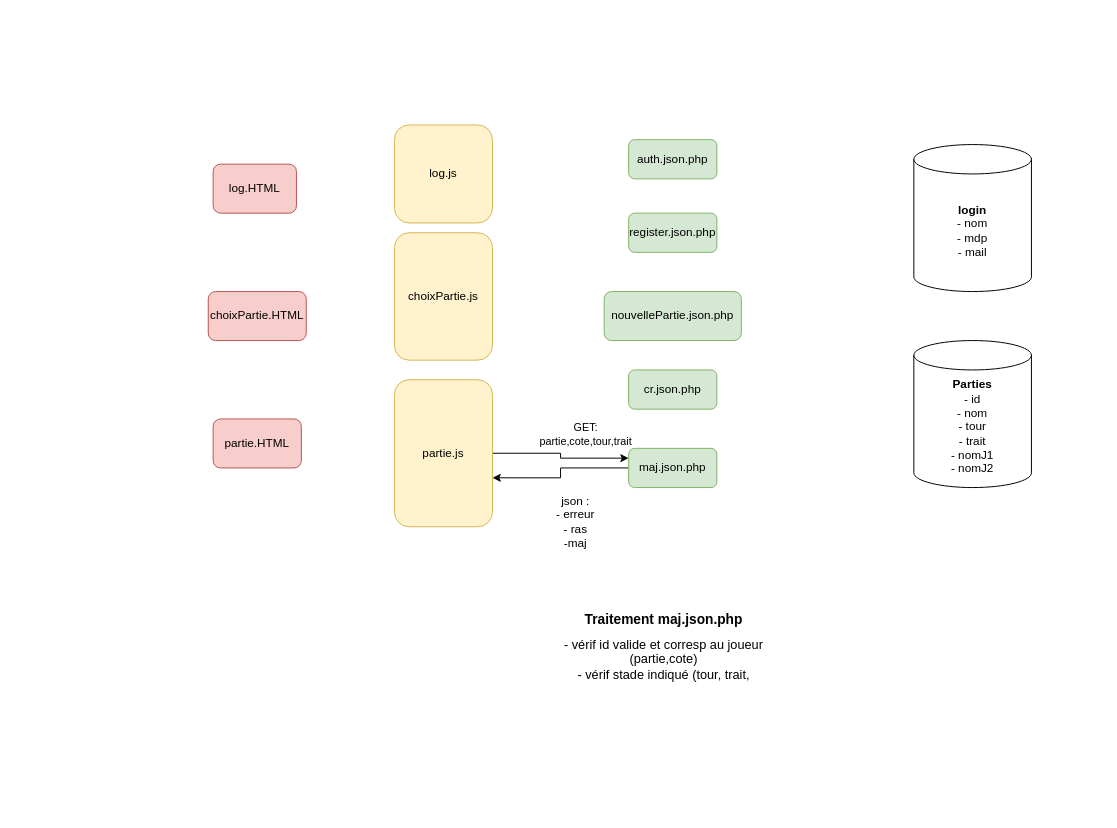
This is Untitled Diagram.drawio from Maximory77/projet-web-mapping-echecs, a draw.io file, before an edit. Source tidied: cells renumbered, new cells numbered last; positions are measured from the earlier drawing's top-left corner, leaving out a move shared by most shapes. Both pictures are drawn from the tidied source at 98%, with x=0, y=0 at pixel (208, 124).
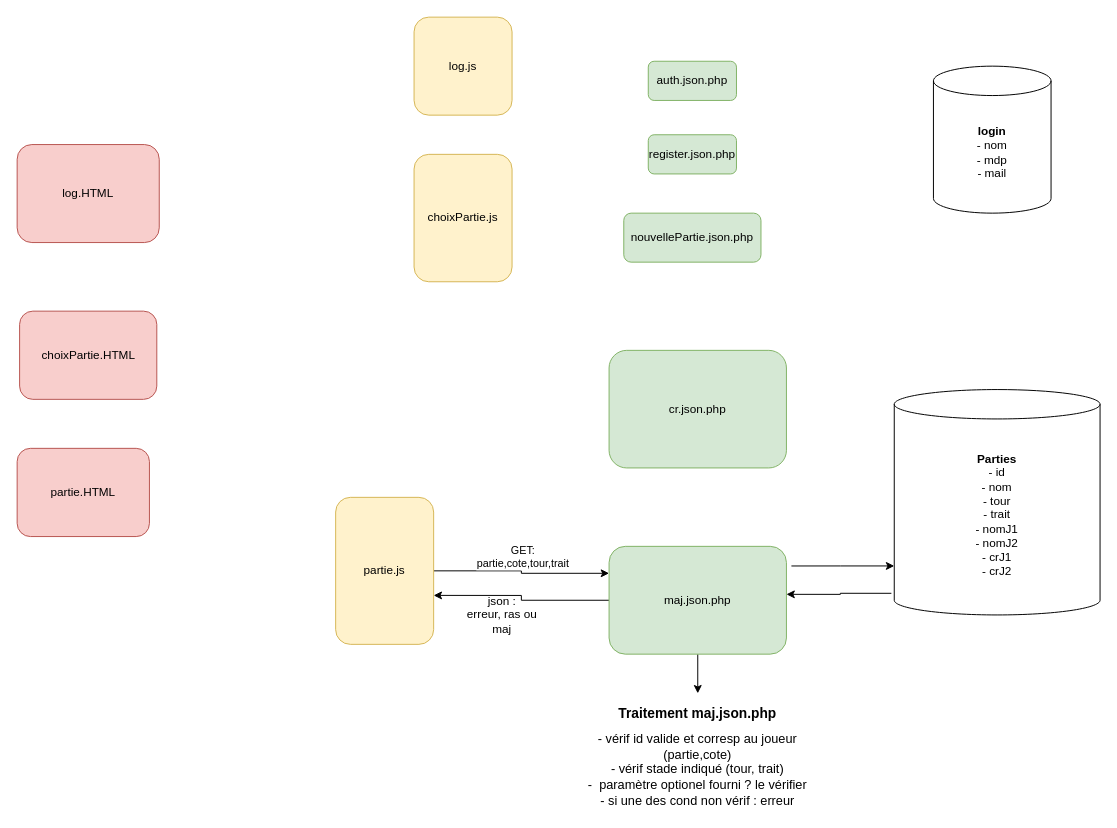
After the change.

The change refers to these unchanged cells:
```xml
<mxCell id="15" style="edgeStyle=orthogonalEdgeStyle;rounded=0;jettySize=auto;html=1;entryX=0;entryY=0.25;entryDx=0;entryDy=0;exitX=1;exitY=0.5;exitDx=0;exitDy=0;" parent="1" edge="1" source="17" target="9">
  <mxGeometry relative="1" as="geometry" />
</mxCell>
```

What changed in the source:
```diff
@@
     <mxCell id="2" value="&lt;div&gt;&lt;b&gt;login&lt;/b&gt;&lt;/div&gt;&lt;div&gt;- nom&lt;/div&gt;&lt;div&gt;- mdp&lt;/div&gt;&lt;div&gt;- mail&lt;br&gt;&lt;/div&gt;" style="shape=cylinder3;whiteSpace=wrap;html=1;boundedLbl=1;backgroundOutline=1;size=15;" parent="1" vertex="1">
-      <mxGeometry x="720" y="20" width="120" height="150" as="geometry" />
+      <mxGeometry x="740" y="-60" width="120" height="150" as="geometry" />
     </mxCell>
     <mxCell id="3" value="log.HTML" style="rounded=1;whiteSpace=wrap;html=1;fillColor=#f8cecc;strokeColor=#b85450;" parent="1" vertex="1">
-      <mxGeometry x="5" y="40" width="85" height="50" as="geometry" />
+      <mxGeometry x="-195" y="20" width="145" height="100" as="geometry" />
     </mxCell>
     <mxCell id="4" value="choixPartie.HTML" style="rounded=1;whiteSpace=wrap;html=1;fillColor=#f8cecc;strokeColor=#b85450;" parent="1" vertex="1">
-      <mxGeometry y="170" width="100" height="50" as="geometry" />
+      <mxGeometry x="-192.5" y="190" width="140" height="90" as="geometry" />
     </mxCell>
     <mxCell id="5" value="&lt;div&gt;partie.HTML&lt;/div&gt;" style="rounded=1;whiteSpace=wrap;html=1;fillColor=#f8cecc;strokeColor=#b85450;" parent="1" vertex="1">
-      <mxGeometry x="5" y="300" width="90" height="50" as="geometry" />
+      <mxGeometry x="-195" y="330" width="135" height="90" as="geometry" />
     </mxCell>
+    <mxCell id="20" style="edgeStyle=orthogonalEdgeStyle;rounded=0;jettySize=auto;html=1;entryX=1;entryY=0.445;entryDx=0;entryDy=0;fontSize=14;exitX=-0.014;exitY=0.904;exitDx=0;exitDy=0;exitPerimeter=0;entryPerimeter=0;" parent="1" edge="1" source="6" target="9">
+      <mxGeometry relative="1" as="geometry" />
+    </mxCell>
-    <mxCell id="6" value="&lt;div&gt;&lt;b&gt;Parties&lt;/b&gt;&lt;/div&gt;&lt;div&gt;- id&lt;/div&gt;&lt;div&gt;- nom&lt;/div&gt;&lt;div&gt;- tour&lt;/div&gt;&lt;div&gt;- trait&lt;/div&gt;&lt;div&gt;- nomJ1&lt;br&gt;&lt;/div&gt;&lt;div&gt;- nomJ2&lt;br&gt;&lt;/div&gt;" style="shape=cylinder3;whiteSpace=wrap;html=1;boundedLbl=1;backgroundOutline=1;size=15;" parent="1" vertex="1">
-      <mxGeometry x="720" y="220" width="120" height="150" as="geometry" />
+    <mxCell id="6" value="&lt;div&gt;&lt;b&gt;Parties&lt;/b&gt;&lt;/div&gt;&lt;div&gt;- id&lt;/div&gt;&lt;div&gt;- nom&lt;/div&gt;&lt;div&gt;- tour&lt;/div&gt;&lt;div&gt;- trait&lt;/div&gt;&lt;div&gt;- nomJ1&lt;br&gt;&lt;/div&gt;&lt;div&gt;- nomJ2&lt;/div&gt;&lt;div&gt;- crJ1&lt;/div&gt;&lt;div&gt;- crJ2&lt;br&gt;&lt;/div&gt;" style="shape=cylinder3;whiteSpace=wrap;html=1;boundedLbl=1;backgroundOutline=1;size=15;" parent="1" vertex="1">
+      <mxGeometry x="700" y="270" width="210" height="230" as="geometry" />
     </mxCell>
     <mxCell id="7" value="auth.json.php" style="rounded=1;whiteSpace=wrap;html=1;fillColor=#d5e8d4;strokeColor=#82b366;" parent="1" vertex="1">
-      <mxGeometry x="429" y="15" width="90" height="40" as="geometry" />
+      <mxGeometry x="449" y="-65" width="90" height="40" as="geometry" />
     </mxCell>
@@
+    <mxCell id="21" style="edgeStyle=orthogonalEdgeStyle;rounded=0;jettySize=auto;html=1;fontSize=14;" parent="1" edge="1" source="9" target="19">
+      <mxGeometry relative="1" as="geometry" />
+    </mxCell>
+    <mxCell id="22" style="edgeStyle=orthogonalEdgeStyle;rounded=0;jettySize=auto;html=1;entryX=0;entryY=0.65;entryDx=0;entryDy=0;entryPerimeter=0;fontSize=14;exitX=1.028;exitY=0.182;exitDx=0;exitDy=0;exitPerimeter=0;" parent="1" edge="1" source="9">
+      <mxGeometry relative="1" as="geometry">
+        <mxPoint x="700" y="450" as="targetPoint" />
+      </mxGeometry>
+    </mxCell>
     <mxCell id="9" value="maj.json.php" style="rounded=1;whiteSpace=wrap;html=1;fillColor=#d5e8d4;strokeColor=#82b366;" parent="1" vertex="1">
-      <mxGeometry x="429" y="330" width="90" height="40" as="geometry" />
+      <mxGeometry x="409" y="430" width="181" height="110" as="geometry" />
     </mxCell>
     <mxCell id="10" value="cr.json.php" style="rounded=1;whiteSpace=wrap;html=1;fillColor=#d5e8d4;strokeColor=#82b366;" parent="1" vertex="1">
-      <mxGeometry x="429" y="250" width="90" height="40" as="geometry" />
+      <mxGeometry x="409" y="230" width="181" height="120" as="geometry" />
     </mxCell>
     <mxCell id="11" value="&lt;div&gt;nouvellePartie.json.php&lt;/div&gt;" style="rounded=1;whiteSpace=wrap;html=1;fillColor=#d5e8d4;strokeColor=#82b366;" parent="1" vertex="1">
-      <mxGeometry x="404" y="170" width="140" height="50" as="geometry" />
+      <mxGeometry x="424" y="90" width="140" height="50" as="geometry" />
     </mxCell>
     <mxCell id="12" value="register.json.php" style="rounded=1;whiteSpace=wrap;html=1;fillColor=#d5e8d4;strokeColor=#82b366;" parent="1" vertex="1">
-      <mxGeometry x="429" y="90" width="90" height="40" as="geometry" />
+      <mxGeometry x="449" y="10" width="90" height="40" as="geometry" />
     </mxCell>
     <mxCell id="13" value="&lt;div&gt;log.js&lt;/div&gt;" style="rounded=1;whiteSpace=wrap;html=1;fillColor=#fff2cc;strokeColor=#d6b656;" parent="1" vertex="1">
-      <mxGeometry x="190" width="100" height="100" as="geometry" />
+      <mxGeometry x="210" y="-110" width="100" height="100" as="geometry" />
     </mxCell>
     <mxCell id="14" value="choixPartie.js" style="rounded=1;whiteSpace=wrap;html=1;fillColor=#fff2cc;strokeColor=#d6b656;" parent="1" vertex="1">
-      <mxGeometry x="190" y="110" width="100" height="130" as="geometry" />
+      <mxGeometry x="210" y="30" width="100" height="130" as="geometry" />
     </mxCell>
@@
     <mxCell id="16" value="&lt;div&gt;GET:&lt;/div&gt;&lt;div&gt;partie,cote,tour,trait&lt;br&gt;&lt;/div&gt;" style="edgeLabel;html=1;align=center;verticalAlign=middle;" parent="15" vertex="1">
       <mxGeometry x="0.33" y="3" relative="1" as="geometry">
-        <mxPoint x="3" y="-22" as="offset" />
+        <mxPoint x="-28" y="-14" as="offset" />
       </mxGeometry>
     </mxCell>
     <mxCell id="17" value="partie.js" style="rounded=1;whiteSpace=wrap;html=1;fillColor=#fff2cc;strokeColor=#d6b656;" parent="1" vertex="1">
-      <mxGeometry x="190" y="260" width="100" height="150" as="geometry" />
+      <mxGeometry x="130" y="380" width="100" height="150" as="geometry" />
     </mxCell>
-    <mxCell id="18" value="&lt;div&gt;json :&lt;/div&gt;&lt;div&gt;- erreur&lt;/div&gt;&lt;div&gt;- ras&lt;/div&gt;&lt;div&gt;-maj&lt;br&gt;&lt;/div&gt;" style="text;html=1;strokeColor=none;fillColor=none;align=center;verticalAlign=middle;whiteSpace=wrap;rounded=0;" parent="1" vertex="1">
-      <mxGeometry x="345" y="390" width="60" height="30" as="geometry" />
+    <mxCell id="18" value="&lt;div&gt;json :&lt;/div&gt;&lt;div&gt;erreur, ras ou maj&lt;br&gt;&lt;/div&gt;" style="text;html=1;strokeColor=none;fillColor=none;align=center;verticalAlign=middle;whiteSpace=wrap;rounded=0;" parent="1" vertex="1">
+      <mxGeometry x="260" y="485" width="80" height="30" as="geometry" />
     </mxCell>
-    <mxCell id="19" value="&lt;h1 style=&quot;font-size: 14px&quot;&gt;&lt;font style=&quot;font-size: 14px&quot;&gt;Traitement maj.json.php&lt;/font&gt;&lt;/h1&gt;&lt;div&gt;- vérif id valide et corresp au joueur (partie,cote)&lt;br&gt;&lt;/div&gt;&lt;div&gt;- vérif stade indiqué (tour, trait, &lt;br&gt;&lt;/div&gt;" style="text;html=1;strokeColor=none;fillColor=none;align=center;verticalAlign=middle;whiteSpace=wrap;rounded=0;fontSize=13;" parent="1" vertex="1">
-      <mxGeometry x="345" y="450" width="240" height="155" as="geometry" />
+    <mxCell id="19" value="&lt;h1 style=&quot;font-size: 14px&quot;&gt;&lt;font style=&quot;font-size: 14px&quot;&gt;Traitement maj.json.php&lt;/font&gt;&lt;/h1&gt;&lt;div&gt;- vérif id valide et corresp au joueur (partie,cote)&lt;br&gt;&lt;/div&gt;&lt;div&gt;- vérif stade indiqué (tour, trait)&lt;/div&gt;&lt;div&gt;-&amp;nbsp; paramètre optionel fourni ? le vérifier&lt;/div&gt;&lt;div&gt;- si une des cond non vérif : erreur&lt;br&gt;&lt;/div&gt;" style="text;html=1;strokeColor=none;fillColor=none;align=center;verticalAlign=middle;whiteSpace=wrap;rounded=0;fontSize=13;" parent="1" vertex="1">
+      <mxGeometry x="385" y="580" width="229" height="120" as="geometry" />
     </mxCell>
```
